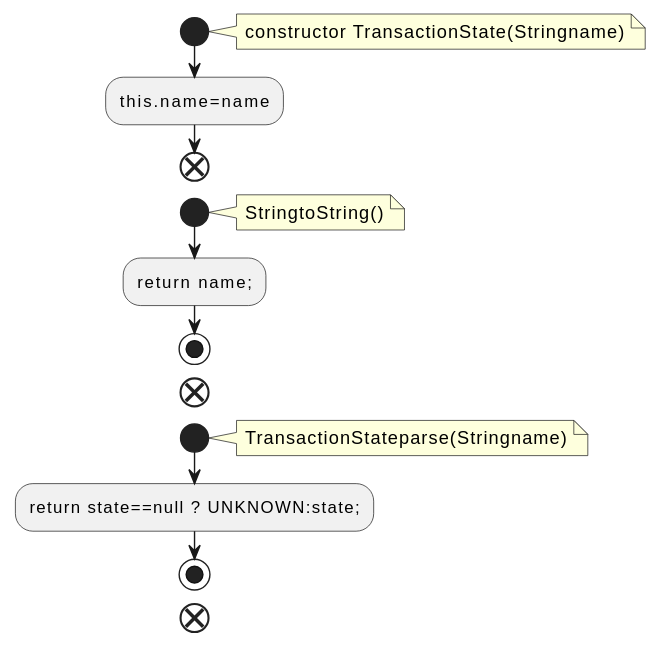
qualitesys/kafka keeps this PlantUML diagram as docs/qc/clients/src/main/java/org/apache/kafka/clients/admin/TransactionState.java.fct.svg. Above is the earlier version. The source it was exported from:
```plantuml
@startuml
!pragma layout smetana
start
note right
constructor TransactionState(Stringname)
end note
:this.name=name;
end
start
note right
StringtoString()
end note
:return name;;
stop
end
start
note right
TransactionStateparse(Stringname)
end note
:return state==null ? UNKNOWN:state;;
stop
end
@enduml
```
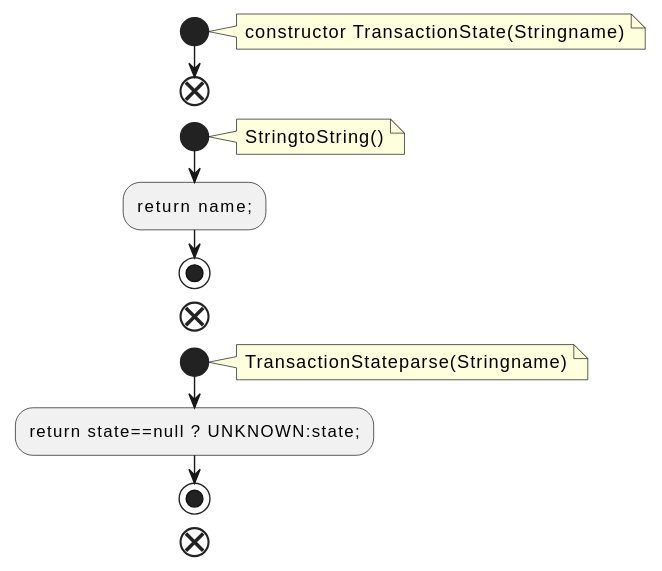
After the change.

Change to the diagram source:
```diff
@@ -4,7 +4,6 @@
 note right
 constructor TransactionState(Stringname)
 end note
-:this.name=name;
 end
 start
 note right
```
